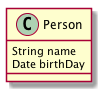
Earlier version of the PlantUML export assets/images/uml/oop/class.png (lyhcode/oosad).
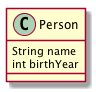
After the change.

What changed in the source:
```diff
@@ -1,6 +1,6 @@
 @startuml
 Class Person {
     String name
-    Date birthDay
+    int birthYear
 }
 @enduml
```
